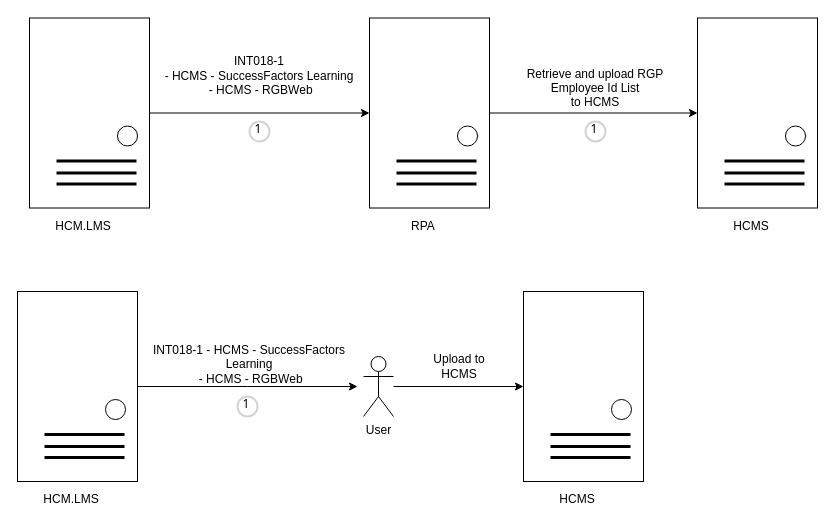
Earlier version of the draw.io diagram page "HCMS" (3 of 10) of Untitled Diagram.drawio (wsxad234/flowchart). Source tidied: cells renumbered, new cells numbered last; positions are measured from the earlier drawing's top-left corner, leaving out a move shared by most shapes. Both pictures are drawn from the tidied source at 100%, with x=0, y=0 at pixel (17, 17).
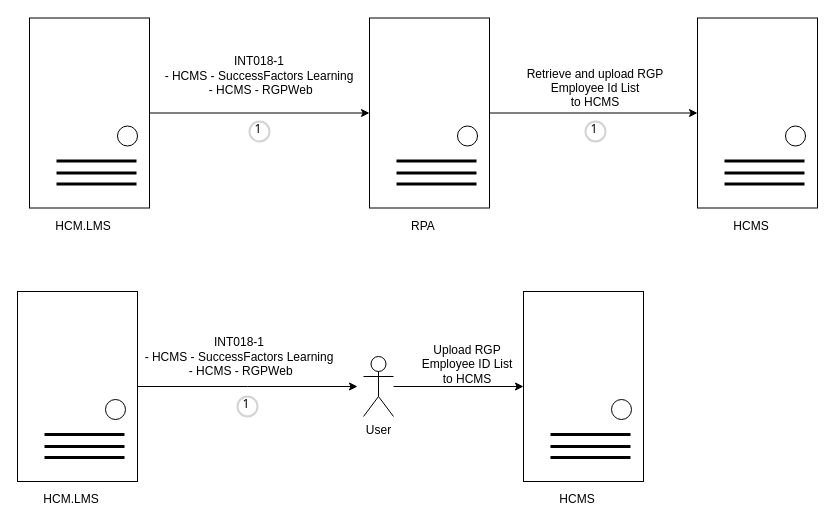
After the change.

The edit, as a diff of the source:
```diff
@@
-    <mxCell id="15" value="&lt;br&gt;&lt;table style=&quot;border-collapse:&lt;br/&gt; collapse;width:305pt&quot; width=&quot;406&quot; cellspacing=&quot;0&quot; cellpadding=&quot;0&quot; border=&quot;0&quot;&gt;&lt;tbody&gt;&lt;tr style=&quot;height:14.4pt&quot; height=&quot;19&quot;&gt;  &lt;td style=&quot;height:14.4pt;width:305pt&quot; width=&quot;406&quot; class=&quot;xl66&quot; height=&quot;19&quot;&gt;INT018-1&lt;br&gt;  - HCMS - SuccessFactors Learning&lt;br&gt;&amp;nbsp;- HCMS - RGBWeb&lt;/td&gt;&lt;/tr&gt;&lt;/tbody&gt;&lt;/table&gt;" style="text;html=1;strokeColor=none;fillColor=none;align=center;verticalAlign=middle;whiteSpace=wrap;rounded=0;" parent="1" vertex="1">
+    <mxCell id="15" value="&lt;br&gt;&lt;table style=&quot;border-collapse:&lt;br/&gt; collapse;width:305pt&quot; width=&quot;406&quot; cellspacing=&quot;0&quot; cellpadding=&quot;0&quot; border=&quot;0&quot;&gt;&lt;tbody&gt;&lt;tr style=&quot;height:14.4pt&quot; height=&quot;19&quot;&gt;  &lt;td style=&quot;height:14.4pt;width:305pt&quot; width=&quot;406&quot; class=&quot;xl66&quot; height=&quot;19&quot;&gt;INT018-1&lt;br&gt;  - HCMS - SuccessFactors Learning&lt;br&gt;&amp;nbsp;- HCMS - RGPWeb&lt;/td&gt;&lt;/tr&gt;&lt;/tbody&gt;&lt;/table&gt;" style="text;html=1;strokeColor=none;fillColor=none;align=center;verticalAlign=middle;whiteSpace=wrap;rounded=0;" parent="1" vertex="1">
       <mxGeometry x="172" y="0.5" width="140" height="100" as="geometry" />
     </mxCell>
@@
-    <mxCell id="42" value="Upload to HCMS" style="text;html=1;strokeColor=none;fillColor=none;align=center;verticalAlign=middle;whiteSpace=wrap;rounded=0;" parent="1" vertex="1">
-      <mxGeometry x="412" y="334" width="60" height="30" as="geometry" />
+    <mxCell id="42" value="Upload RGP Employee ID List&lt;br&gt;to HCMS" style="text;html=1;strokeColor=none;fillColor=none;align=center;verticalAlign=middle;whiteSpace=wrap;rounded=0;" parent="1" vertex="1">
+      <mxGeometry x="400" y="332" width="100" height="30" as="geometry" />
     </mxCell>
-    <mxCell id="43" value="INT018-1 - HCMS - SuccessFactors Learning&lt;br style=&quot;border-color: var(--border-color);&quot;&gt;&amp;nbsp;- HCMS - RGBWeb" style="text;html=1;strokeColor=none;fillColor=none;align=center;verticalAlign=middle;whiteSpace=wrap;rounded=0;" parent="1" vertex="1">
-      <mxGeometry x="132" y="332" width="200" height="30" as="geometry" />
-    </mxCell>
+    <mxCell id="44" value="&lt;br&gt;&lt;table style=&quot;border-collapse:&lt;br/&gt; collapse;width:305pt&quot; width=&quot;406&quot; cellspacing=&quot;0&quot; cellpadding=&quot;0&quot; border=&quot;0&quot;&gt;&lt;tbody&gt;&lt;tr style=&quot;height:14.4pt&quot; height=&quot;19&quot;&gt;  &lt;td style=&quot;height:14.4pt;width:305pt&quot; width=&quot;406&quot; class=&quot;xl66&quot; height=&quot;19&quot;&gt;INT018-1&lt;br&gt;  - HCMS - SuccessFactors Learning&lt;br&gt;&amp;nbsp;- HCMS - RGPWeb&lt;/td&gt;&lt;/tr&gt;&lt;/tbody&gt;&lt;/table&gt;" style="text;html=1;strokeColor=none;fillColor=none;align=center;verticalAlign=middle;whiteSpace=wrap;rounded=0;" parent="1" vertex="1">
+      <mxGeometry x="152" y="282" width="140" height="100" as="geometry" />
+    </mxCell>
```
